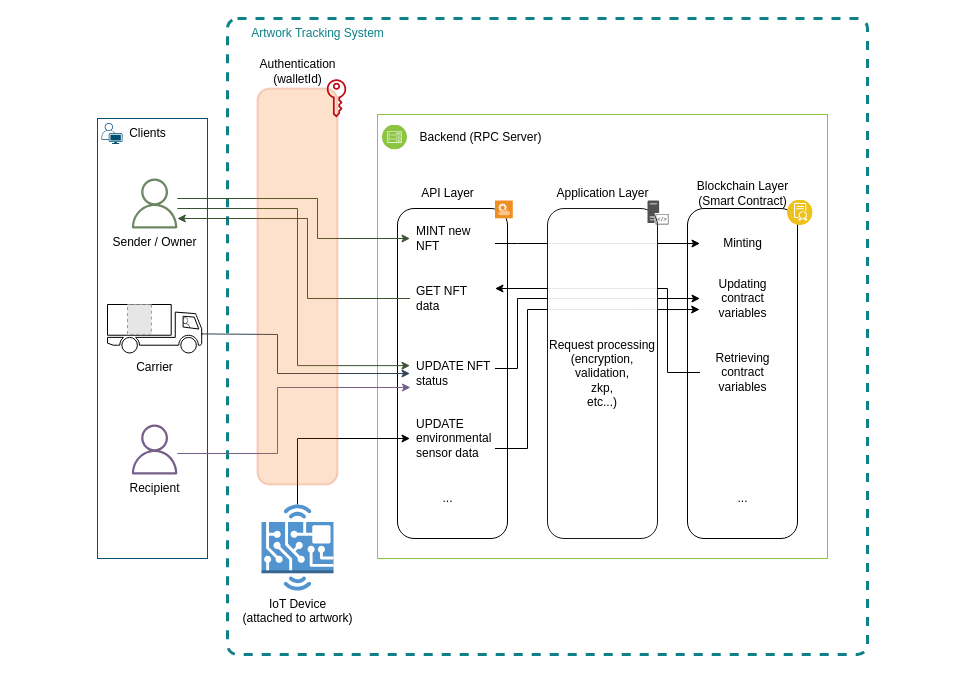
Before: diagrams/Architecture.drawio in artis-project/artis-thesis, a draw.io diagram. Source tidied: cells renumbered, new cells numbered last; positions are measured from the earlier drawing's top-left corner, leaving out a move shared by most shapes. Both pictures are drawn from the tidied source at 100%, with x=0, y=0 at pixel (97, 18). Pictures stored in the file or linked from it are replaced by grey dashed boxes.
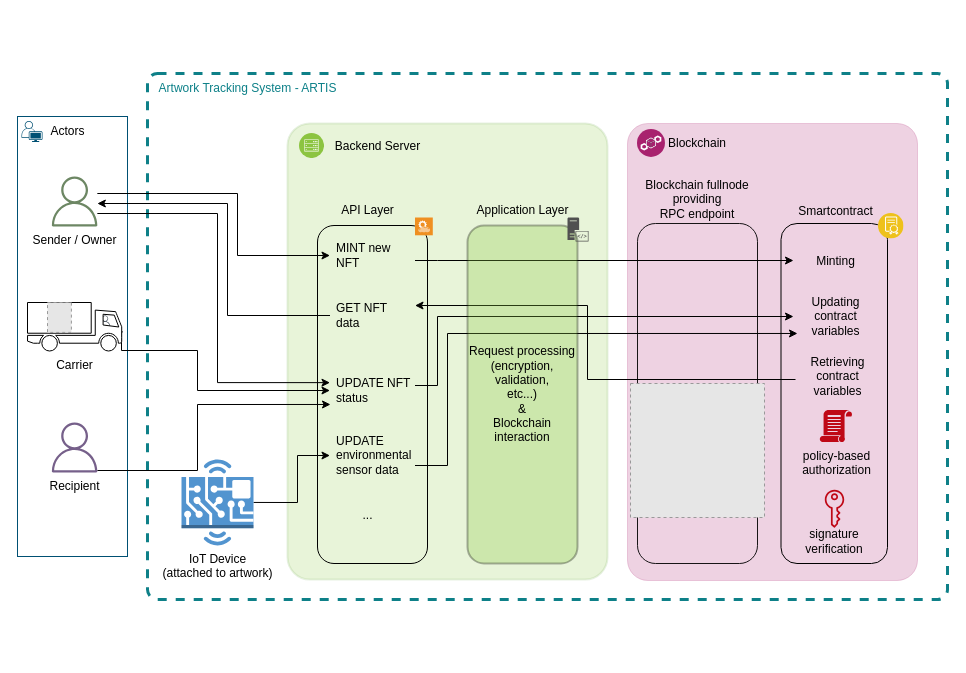
The same page after the edit.

Unchanged cells that the change refers to:
```xml
<mxCell id="46" value="Carrier" style="shape=mxgraph.signs.transportation.truck_1;html=1;fillColor=default;strokeColor=default;verticalLabelPosition=bottom;verticalAlign=top;align=center;strokeWidth=1;shadow=0;flipH=1;" parent="44" vertex="1">
  <mxGeometry width="94.2" height="48.5" as="geometry" />
</mxCell>
```

What changed in the source:
```diff
@@
     <mxCell id="2" style="html=1;align=center;verticalAlign=top;rounded=1;absoluteArcSize=1;arcSize=20;dashed=1;whiteSpace=wrap;fillColor=none;strokeColor=#0e8088;strokeWidth=3;" parent="1" vertex="1">
-      <mxGeometry x="130" width="640" height="636" as="geometry" />
+      <mxGeometry x="50" y="55" width="800" height="526" as="geometry" />
     </mxCell>
+    <mxCell id="48" style="rounded=1;whiteSpace=wrap;html=1;fillColor=#a8226e;strokeColor=#a8226e;opacity=20;arcSize=7;" parent="1" vertex="1">
+      <mxGeometry x="530" y="105" width="290" height="457" as="geometry" />
+    </mxCell>
-    <mxCell id="3" style="rounded=0;whiteSpace=wrap;html=1;fillColor=none;strokeColor=#8dc542;" parent="1" vertex="1">
-      <mxGeometry x="280" y="96" width="450" height="444" as="geometry" />
+    <mxCell id="3" style="rounded=1;whiteSpace=wrap;html=1;fillColor=#8dc542;strokeColor=#82b366;opacity=20;arcSize=7;strokeWidth=2;" parent="1" vertex="1">
+      <mxGeometry x="190" y="105" width="320" height="456" as="geometry" />
     </mxCell>
     <mxCell id="4" style="edgeStyle=orthogonalEdgeStyle;rounded=0;jettySize=auto;html=1;" parent="1" edge="1" source="37" target="17">
       <mxGeometry relative="1" as="geometry">
         <Array as="points">
-          <mxPoint x="570" y="354" />
-          <mxPoint x="570" y="270" />
+          <mxPoint x="490" y="361" />
+          <mxPoint x="490" y="287" />
         </Array>
       </mxGeometry>
     </mxCell>
     <mxCell id="5" style="rounded=0;whiteSpace=wrap;html=1;fillColor=none;strokeColor=#005073;" parent="1" vertex="1">
-      <mxGeometry y="100" width="110" height="440" as="geometry" />
+      <mxGeometry x="-80" y="98" width="110" height="440" as="geometry" />
     </mxCell>
-    <mxCell id="6" value="Clients" style="text;html=1;align=center;verticalAlign=middle;strokeColor=none;fillColor=none;" parent="1" vertex="1">
-      <mxGeometry x="20" y="100" width="60" height="30" as="geometry" />
+    <mxCell id="6" value="Actors" style="text;html=1;align=center;verticalAlign=middle;strokeColor=none;fillColor=none;" parent="1" vertex="1">
+      <mxGeometry x="-60" y="98" width="60" height="30" as="geometry" />
     </mxCell>
-    <mxCell id="7" style="edgeStyle=orthogonalEdgeStyle;rounded=0;jettySize=auto;html=1;entryX=0;entryY=0.5;entryDx=0;entryDy=0;exitX=0.5;exitY=0;exitDx=0;exitDy=0;exitPerimeter=0;" parent="1" edge="1" source="27" target="12">
+    <mxCell id="7" style="edgeStyle=orthogonalEdgeStyle;rounded=0;jettySize=auto;html=1;entryX=0;entryY=0.5;entryDx=0;entryDy=0;exitX=1;exitY=0.5;exitDx=0;exitDy=0;exitPerimeter=0;" parent="1" edge="1" source="27" target="12">
       <mxGeometry relative="1" as="geometry">
         <Array as="points">
-          <mxPoint x="200" y="420" />
+          <mxPoint x="200" y="484" />
+          <mxPoint x="200" y="437" />
         </Array>
       </mxGeometry>
     </mxCell>
-    <mxCell id="8" value="Blockchain Layer&lt;br&gt;(Smart Contract)" style="text;html=1;align=center;verticalAlign=middle;strokeColor=none;fillColor=none;" parent="1" vertex="1">
-      <mxGeometry x="590" y="155" width="110" height="40" as="geometry" />
+    <mxCell id="8" value="Smartcontract" style="text;html=1;align=center;verticalAlign=middle;strokeColor=none;fillColor=none;" parent="1" vertex="1">
+      <mxGeometry x="687.8" y="178" width="100" height="30" as="geometry" />
     </mxCell>
     <mxCell id="9" value="API Layer" style="text;html=1;align=center;verticalAlign=middle;strokeColor=none;fillColor=none;" parent="1" vertex="1">
-      <mxGeometry x="310" y="160" width="80" height="30" as="geometry" />
+      <mxGeometry x="230" y="177" width="80" height="30" as="geometry" />
     </mxCell>
     <mxCell id="10" style="rounded=1;whiteSpace=wrap;html=1;fillColor=none;" parent="1" vertex="1">
-      <mxGeometry x="300" y="190" width="110" height="330" as="geometry" />
+      <mxGeometry x="220" y="207" width="110" height="338" as="geometry" />
     </mxCell>
-    <mxCell id="11" style="edgeStyle=orthogonalEdgeStyle;rounded=0;jettySize=auto;html=1;entryX=-0.004;entryY=0.684;entryDx=0;entryDy=0;entryPerimeter=0;" parent="1" edge="1" source="12" target="25">
+    <mxCell id="11" style="edgeStyle=orthogonalEdgeStyle;rounded=0;jettySize=auto;html=1;entryX=0.047;entryY=0.783;entryDx=0;entryDy=0;entryPerimeter=0;" parent="1" edge="1" source="12" target="25">
       <mxGeometry relative="1" as="geometry">
         <Array as="points">
-          <mxPoint x="430" y="430" />
-          <mxPoint x="430" y="291" />
+          <mxPoint x="350" y="447" />
+          <mxPoint x="350" y="315" />
         </Array>
       </mxGeometry>
     </mxCell>
     <mxCell id="12" value="UPDATE environmental sensor data" style="text;strokeColor=none;fillColor=none;align=left;verticalAlign=middle;spacingLeft=4;spacingRight=4;overflow=hidden;points=[[0,0.5],[1,0.5]];portConstraint=eastwest;whiteSpace=wrap;html=1;" parent="1" vertex="1">
-      <mxGeometry x="312.5" y="390" width="85" height="60" as="geometry" />
+      <mxGeometry x="232.5" y="407" width="85" height="60" as="geometry" />
     </mxCell>
     <mxCell id="13" style="edgeStyle=orthogonalEdgeStyle;rounded=0;jettySize=auto;html=1;" parent="1" edge="1" source="14" target="24">
       <mxGeometry relative="1" as="geometry">
         <Array as="points">
-          <mxPoint x="420" y="225" />
-          <mxPoint x="420" y="225" />
+          <mxPoint x="340" y="242" />
+          <mxPoint x="340" y="242" />
         </Array>
       </mxGeometry>
     </mxCell>
     <mxCell id="14" value="MINT new NFT" style="text;strokeColor=none;fillColor=none;align=left;verticalAlign=middle;spacingLeft=4;spacingRight=4;overflow=hidden;points=[[0,0.5],[1,0.5]];portConstraint=eastwest;whiteSpace=wrap;html=1;" parent="1" vertex="1">
-      <mxGeometry x="312.5" y="190" width="85" height="60" as="geometry" />
+      <mxGeometry x="232.5" y="207" width="85" height="60" as="geometry" />
     </mxCell>
     <mxCell id="15" style="edgeStyle=orthogonalEdgeStyle;rounded=0;jettySize=auto;html=1;entryX=0;entryY=0.5;entryDx=0;entryDy=0;" parent="1" edge="1" source="16" target="25">
       <mxGeometry relative="1" as="geometry">
         <Array as="points">
-          <mxPoint x="420" y="350" />
-          <mxPoint x="420" y="280" />
+          <mxPoint x="340" y="367" />
+          <mxPoint x="340" y="298" />
         </Array>
       </mxGeometry>
     </mxCell>
     <mxCell id="16" value="UPDATE NFT status" style="text;strokeColor=none;fillColor=none;align=left;verticalAlign=middle;spacingLeft=4;spacingRight=4;overflow=hidden;points=[[0,0.5],[1,0.5]];portConstraint=eastwest;whiteSpace=wrap;html=1;" parent="1" vertex="1">
-      <mxGeometry x="312.5" y="325" width="85" height="60" as="geometry" />
+      <mxGeometry x="232.5" y="342" width="85" height="60" as="geometry" />
     </mxCell>
     <mxCell id="17" value="GET NFT data" style="text;strokeColor=none;fillColor=none;align=left;verticalAlign=middle;spacingLeft=4;spacingRight=4;overflow=hidden;points=[[0,0.5],[1,0.5]];portConstraint=eastwest;whiteSpace=wrap;html=1;" parent="1" vertex="1">
-      <mxGeometry x="312.5" y="250" width="85" height="60" as="geometry" />
+      <mxGeometry x="232.5" y="267" width="85" height="60" as="geometry" />
     </mxCell>
-    <mxCell id="18" style="edgeStyle=orthogonalEdgeStyle;rounded=0;jettySize=auto;html=1;entryX=0;entryY=0.5;entryDx=0;entryDy=0;fillColor=#6d8764;strokeColor=#3A5431;" parent="1" edge="1" source="21" target="14">
+    <mxCell id="18" style="edgeStyle=orthogonalEdgeStyle;rounded=0;jettySize=auto;html=1;entryX=0;entryY=0.5;entryDx=0;entryDy=0;fillColor=#6d8764;strokeColor=#000000;" parent="1" edge="1" source="21" target="14">
       <mxGeometry relative="1" as="geometry">
         <Array as="points">
-          <mxPoint x="220" y="180" />
-          <mxPoint x="220" y="220" />
+          <mxPoint x="140" y="175" />
+          <mxPoint x="140" y="237" />
         </Array>
       </mxGeometry>
     </mxCell>
-    <mxCell id="19" style="edgeStyle=orthogonalEdgeStyle;rounded=0;jettySize=auto;html=1;entryX=0;entryY=0.369;entryDx=0;entryDy=0;fillColor=#6d8764;strokeColor=#3A5431;entryPerimeter=0;" parent="1" edge="1" source="21" target="16">
+    <mxCell id="19" style="edgeStyle=orthogonalEdgeStyle;rounded=0;jettySize=auto;html=1;entryX=0;entryY=0.369;entryDx=0;entryDy=0;fillColor=#6d8764;strokeColor=#000000;entryPerimeter=0;" parent="1" edge="1" source="21" target="16">
       <mxGeometry relative="1" as="geometry">
         <Array as="points">
-          <mxPoint x="200" y="190" />
-          <mxPoint x="200" y="347" />
+          <mxPoint x="120" y="195" />
+          <mxPoint x="120" y="364" />
         </Array>
       </mxGeometry>
     </mxCell>
-    <mxCell id="20" style="edgeStyle=orthogonalEdgeStyle;rounded=0;jettySize=auto;html=1;entryX=0;entryY=0.5;entryDx=0;entryDy=0;fillColor=#6d8764;strokeColor=#3A5431;startArrow=classic;startFill=1;endArrow=none;endFill=0;" parent="1" edge="1" source="21" target="17">
+    <mxCell id="20" style="edgeStyle=orthogonalEdgeStyle;rounded=0;jettySize=auto;html=1;entryX=0;entryY=0.5;entryDx=0;entryDy=0;fillColor=#6d8764;strokeColor=#000000;startArrow=classic;startFill=1;endArrow=none;endFill=0;" parent="1" edge="1" source="21" target="17">
       <mxGeometry relative="1" as="geometry">
         <Array as="points">
-          <mxPoint x="210" y="200" />
-          <mxPoint x="210" y="280" />
+          <mxPoint x="130" y="185" />
+          <mxPoint x="130" y="297" />
         </Array>
       </mxGeometry>
     </mxCell>
     <mxCell id="21" value="&lt;font color=&quot;#000000&quot;&gt;Sender / Owner&lt;/font&gt;" style="sketch=0;outlineConnect=0;fillColor=#6d8764;strokeColor=#3A5431;dashed=0;verticalLabelPosition=bottom;verticalAlign=top;align=center;html=1;fontSize=12;fontStyle=0;shape=mxgraph.aws4.user;fontColor=#ffffff;" parent="1" vertex="1">
-      <mxGeometry x="32.1" y="160" width="50" height="50" as="geometry" />
+      <mxGeometry x="-47.9" y="158" width="50" height="50" as="geometry" />
     </mxCell>
-    <mxCell id="22" style="edgeStyle=orthogonalEdgeStyle;rounded=0;jettySize=auto;html=1;fillColor=#647687;strokeColor=#314354;exitX=-0.012;exitY=0.606;exitDx=0;exitDy=0;exitPerimeter=0;" parent="1" edge="1" source="46" target="16">
+    <mxCell id="22" style="edgeStyle=orthogonalEdgeStyle;rounded=0;jettySize=auto;html=1;fillColor=#647687;strokeColor=#000000;exitX=-0.012;exitY=0.606;exitDx=0;exitDy=0;exitPerimeter=0;" parent="1" edge="1" source="46" target="16">
       <mxGeometry relative="1" as="geometry">
         <Array as="points">
-          <mxPoint x="104" y="315" />
-          <mxPoint x="180" y="316" />
-          <mxPoint x="180" y="355" />
+          <mxPoint x="24" y="332" />
+          <mxPoint x="100" y="333" />
+          <mxPoint x="100" y="372" />
         </Array>
       </mxGeometry>
     </mxCell>
     <mxCell id="23" style="rounded=1;whiteSpace=wrap;html=1;fillColor=none;" parent="1" vertex="1">
-      <mxGeometry x="590" y="190" width="110" height="330" as="geometry" />
+      <mxGeometry x="683.5" y="205" width="106.5" height="340" as="geometry" />
     </mxCell>
     <mxCell id="24" value="Minting" style="text;strokeColor=none;fillColor=none;align=center;verticalAlign=middle;spacingLeft=4;spacingRight=4;overflow=hidden;points=[[0,0.5],[1,0.5]];portConstraint=eastwest;whiteSpace=wrap;html=1;" parent="1" vertex="1">
-      <mxGeometry x="602.5" y="195" width="85" height="60" as="geometry" />
+      <mxGeometry x="696" y="213" width="85" height="60" as="geometry" />
     </mxCell>
     <mxCell id="25" value="Updating contract variables" style="text;strokeColor=none;fillColor=none;align=center;verticalAlign=middle;spacingLeft=4;spacingRight=4;overflow=hidden;points=[[0,0.5],[1,0.5]];portConstraint=eastwest;whiteSpace=wrap;html=1;" parent="1" vertex="1">
-      <mxGeometry x="602.5" y="250" width="85" height="60" as="geometry" />
+      <mxGeometry x="696" y="268" width="85" height="60" as="geometry" />
     </mxCell>
-    <mxCell id="26" value="..." style="text;strokeColor=none;fillColor=none;align=center;verticalAlign=middle;spacingLeft=4;spacingRight=4;overflow=hidden;whiteSpace=wrap;html=1;" parent="1" vertex="1">
-      <mxGeometry x="602.5" y="450" width="85" height="60" as="geometry" />
-    </mxCell>
     <mxCell id="27" value="IoT Device&lt;br&gt;(attached to artwork)" style="outlineConnect=0;dashed=0;verticalLabelPosition=bottom;verticalAlign=top;align=center;html=1;shape=mxgraph.aws3.hardware_board;fillColor=#5294CF;gradientColor=none;labelPosition=center;" parent="1" vertex="1">
-      <mxGeometry x="164" y="486" width="72" height="86.1" as="geometry" />
+      <mxGeometry x="84" y="440.9" width="72" height="86.1" as="geometry" />
     </mxCell>
-    <mxCell id="28" style="edgeStyle=orthogonalEdgeStyle;rounded=0;jettySize=auto;html=1;entryX=0.006;entryY=0.733;entryDx=0;entryDy=0;entryPerimeter=0;strokeColor=#75608a;" parent="1" edge="1" source="29" target="16">
+    <mxCell id="28" style="edgeStyle=orthogonalEdgeStyle;rounded=0;jettySize=auto;html=1;entryX=0.006;entryY=0.733;entryDx=0;entryDy=0;entryPerimeter=0;strokeColor=#000000;" parent="1" edge="1" source="29" target="16">
       <mxGeometry relative="1" as="geometry">
         <Array as="points">
-          <mxPoint x="180" y="435" />
-          <mxPoint x="180" y="369" />
+          <mxPoint x="100" y="452" />
+          <mxPoint x="100" y="386" />
         </Array>
       </mxGeometry>
     </mxCell>
     <mxCell id="29" value="&lt;font color=&quot;#000000&quot;&gt;Recipient&lt;br&gt;&lt;/font&gt;" style="sketch=0;outlineConnect=0;fontColor=#ffffff;fillColor=#76608a;strokeColor=#432D57;dashed=0;verticalLabelPosition=bottom;verticalAlign=top;align=center;html=1;fontSize=12;fontStyle=0;shape=mxgraph.aws4.user;" parent="1" vertex="1">
-      <mxGeometry x="32.1" y="406" width="50" height="50" as="geometry" />
+      <mxGeometry x="-47.9" y="404" width="50" height="50" as="geometry" />
     </mxCell>
-    <mxCell id="30" value="Backend (RPC Server)" style="text;html=1;align=center;verticalAlign=middle;strokeColor=none;fillColor=none;" parent="1" vertex="1">
-      <mxGeometry x="307.5" y="104" width="150" height="30" as="geometry" />
+    <mxCell id="30" value="Backend Server" style="text;html=1;align=center;verticalAlign=middle;strokeColor=none;fillColor=none;" parent="1" vertex="1">
+      <mxGeometry x="224.8" y="112.5" width="110" height="30" as="geometry" />
     </mxCell>
-    <mxCell id="31" style="rounded=1;whiteSpace=wrap;html=1;fillColor=#fa6800;fontColor=#000000;strokeColor=#C73500;opacity=20;strokeWidth=2;" parent="1" vertex="1">
-      <mxGeometry x="160" y="70" width="80" height="396" as="geometry" />
-    </mxCell>
-    <mxCell id="32" value="Authentication&lt;br&gt;(walletId)" style="text;html=1;align=center;verticalAlign=middle;strokeColor=none;fillColor=none;" parent="1" vertex="1">
-      <mxGeometry x="150" y="33" width="100" height="40" as="geometry" />
-    </mxCell>
-    <mxCell id="33" value="Request processing&lt;br&gt;(encryption, validation,&lt;br&gt;zkp,&lt;br&gt;etc...)" style="rounded=1;whiteSpace=wrap;html=1;fillColor=default;opacity=90;" parent="1" vertex="1">
-      <mxGeometry x="450" y="190" width="110" height="330" as="geometry" />
-    </mxCell>
     <mxCell id="34" value="Application Layer" style="text;html=1;align=center;verticalAlign=middle;strokeColor=none;fillColor=none;" parent="1" vertex="1">
-      <mxGeometry x="445" y="160" width="120" height="30" as="geometry" />
+      <mxGeometry x="365" y="177" width="120" height="30" as="geometry" />
     </mxCell>
     <mxCell id="35" value="..." style="text;strokeColor=none;fillColor=none;align=center;verticalAlign=middle;spacingLeft=4;spacingRight=4;overflow=hidden;whiteSpace=wrap;html=1;" parent="1" vertex="1">
-      <mxGeometry x="307.5" y="450" width="85" height="60" as="geometry" />
+      <mxGeometry x="227.5" y="467" width="85" height="60" as="geometry" />
     </mxCell>
-    <mxCell id="36" value="&lt;font color=&quot;#0d8088&quot;&gt;Artwork Tracking System&lt;/font&gt;" style="text;html=1;align=center;verticalAlign=middle;strokeColor=#0e8088;fillColor=#b0e3e6;opacity=0;" parent="1" vertex="1">
-      <mxGeometry x="140" width="160" height="30" as="geometry" />
+    <mxCell id="36" value="&lt;font color=&quot;#0d8088&quot;&gt;Artwork Tracking System - ARTIS&lt;/font&gt;" style="text;html=1;align=center;verticalAlign=middle;strokeColor=#0e8088;fillColor=#b0e3e6;opacity=0;" parent="1" vertex="1">
+      <mxGeometry x="50" y="55" width="200" height="30" as="geometry" />
     </mxCell>
     <mxCell id="37" value="Retrieving contract variables" style="text;strokeColor=none;fillColor=none;align=center;verticalAlign=middle;spacingLeft=4;spacingRight=4;overflow=hidden;points=[[0,0.5],[1,0.5]];portConstraint=eastwest;whiteSpace=wrap;html=1;" parent="1" vertex="1">
-      <mxGeometry x="602.5" y="324" width="85" height="60" as="geometry" />
+      <mxGeometry x="698" y="328" width="85" height="60" as="geometry" />
     </mxCell>
     <mxCell id="38" style="image;perimeter=ellipsePerimeter;html=1;align=center;shadow=0;dashed=0;fontColor=#4277BB;labelBackgroundColor=default;fontSize=12;spacingTop=3;image=img/lib/ibm/infrastructure/mobile_backend.svg;" parent="1" vertex="1">
-      <mxGeometry x="285" y="106.5" width="25" height="25" as="geometry" />
+      <mxGeometry x="202" y="115" width="25" height="25" as="geometry" />
     </mxCell>
     <mxCell id="39" style="verticalLabelPosition=bottom;sketch=0;html=1;verticalAlign=top;align=center;shape=mxgraph.cisco19.user;fillColor=#005073;strokeColor=none;" parent="1" vertex="1">
-      <mxGeometry x="4" y="104.5" width="21" height="21" as="geometry" />
+      <mxGeometry x="-76" y="102.5" width="21" height="21" as="geometry" />
     </mxCell>
     <mxCell id="40" style="image;perimeter=ellipsePerimeter;html=1;align=center;shadow=0;dashed=0;fontColor=#4277BB;labelBackgroundColor=default;fontSize=12;spacingTop=3;image=img/lib/ibm/blockchain/smart_contract.svg;" parent="1" vertex="1">
-      <mxGeometry x="690" y="181.5" width="25.5" height="25.5" as="geometry" />
+      <mxGeometry x="781" y="195.1" width="25.5" height="25.5" as="geometry" />
     </mxCell>
-    <mxCell id="41" style="sketch=0;shadow=0;dashed=0;html=1;strokeColor=none;fillColor=#505050;labelPosition=center;verticalLabelPosition=bottom;verticalAlign=top;align=center;shape=mxgraph.office.servers.server_side_code;" parent="1" vertex="1">
-      <mxGeometry x="550" y="182" width="21" height="24" as="geometry" />
-    </mxCell>
     <mxCell id="42" style="shadow=0;dashed=0;html=1;strokeColor=none;fillColor=#EF8F21;labelPosition=center;verticalLabelPosition=bottom;verticalAlign=top;align=center;shape=mxgraph.veeam.2d.restful_apis;" parent="1" vertex="1">
-      <mxGeometry x="397.5" y="182" width="17.8" height="17.8" as="geometry" />
+      <mxGeometry x="317.5" y="199" width="17.8" height="17.8" as="geometry" />
     </mxCell>
-    <mxCell id="43" style="sketch=0;fontColor=#232F3E;gradientColor=none;fillColor=#BF0816;strokeColor=none;dashed=0;verticalLabelPosition=bottom;verticalAlign=top;align=center;html=1;fontSize=12;fontStyle=0;shape=mxgraph.aws4.addon;rotation=90;" parent="1" vertex="1">
-      <mxGeometry x="220" y="70" width="38" height="19.5" as="geometry" />
+    <mxCell id="43" style="sketch=0;fontColor=#232F3E;gradientColor=none;fillColor=#BF0816;strokeColor=none;dashed=0;verticalLabelPosition=middle;verticalAlign=middle;align=right;html=1;fontSize=12;fontStyle=0;shape=mxgraph.aws4.addon;rotation=90;labelPosition=left;direction=east;" parent="1" vertex="1">
+      <mxGeometry x="718" y="480.5" width="38" height="19.5" as="geometry" />
     </mxCell>
     <mxCell id="44" style="group;fillColor=none;strokeColor=none;" parent="1" vertex="1">
-      <mxGeometry x="10" y="286" width="94.2" height="48.5" as="geometry" />
+      <mxGeometry x="-70" y="284" width="94.2" height="48.5" as="geometry" />
     </mxCell>
@@
+    <mxCell id="49" value="policy-based&lt;br&gt;authorization" style="sketch=0;shadow=0;dashed=0;html=1;strokeColor=none;labelPosition=center;verticalLabelPosition=bottom;verticalAlign=top;align=center;fillColor=#BF0816;shape=mxgraph.mscae.intune.policy;" parent="1" vertex="1">
+      <mxGeometry x="722.3" y="391.6" width="32.4" height="32.4" as="geometry" />
+    </mxCell>
+    <mxCell id="50" value="signature&lt;br&gt;verification" style="text;html=1;strokeColor=none;fillColor=none;align=center;verticalAlign=middle;whiteSpace=wrap;rounded=0;" parent="1" vertex="1">
+      <mxGeometry x="707" y="508" width="60" height="30" as="geometry" />
+    </mxCell>
+    <mxCell id="51" style="image;perimeter=ellipsePerimeter;html=1;align=center;shadow=0;dashed=0;fontColor=#4277BB;labelBackgroundColor=default;fontSize=12;spacingTop=3;image=img/lib/ibm/blockchain/blockchain.svg;" parent="1" vertex="1">
+      <mxGeometry x="540" y="111" width="28" height="28" as="geometry" />
+    </mxCell>
+    <mxCell id="52" value="Blockchain" style="text;html=1;strokeColor=none;fillColor=none;align=center;verticalAlign=middle;whiteSpace=wrap;rounded=0;" parent="1" vertex="1">
+      <mxGeometry x="570" y="110" width="60" height="30" as="geometry" />
+    </mxCell>
+    <mxCell id="33" value="Request processing&lt;br&gt;(encryption, validation,&lt;br&gt;etc...)&lt;br&gt;&amp;amp;&lt;br&gt;Blockchain interaction" style="rounded=1;whiteSpace=wrap;html=1;fillColor=#8dc542;opacity=30;strokeWidth=2;" parent="1" vertex="1">
+      <mxGeometry x="370" y="207" width="110" height="338" as="geometry" />
+    </mxCell>
+    <mxCell id="41" style="sketch=0;shadow=0;dashed=0;html=1;strokeColor=none;fillColor=#505050;labelPosition=center;verticalLabelPosition=bottom;verticalAlign=top;align=center;shape=mxgraph.office.servers.server_side_code;" parent="1" vertex="1">
+      <mxGeometry x="470" y="199" width="21" height="24" as="geometry" />
+    </mxCell>
+    <mxCell id="53" value="Blockchain fullnode&lt;br style=&quot;border-color: var(--border-color); padding: 0px; margin: 0px;&quot;&gt;&lt;span style=&quot;&quot;&gt;providing&lt;/span&gt;&lt;br style=&quot;border-color: var(--border-color); padding: 0px; margin: 0px;&quot;&gt;&lt;span style=&quot;&quot;&gt;RPC endpoint&lt;/span&gt;" style="rounded=1;whiteSpace=wrap;html=1;labelPosition=center;verticalLabelPosition=top;align=center;verticalAlign=bottom;fillColor=none;opacity=90;strokeWidth=1;" parent="1" vertex="1">
+      <mxGeometry x="540" y="205" width="120" height="340" as="geometry" />
+    </mxCell>
+    <mxCell id="54" style="fillColor=#E6E6E6;strokeColor=#999999;dashed=1;verticalLabelPosition=bottom;labelBackgroundColor=none;verticalAlign=top;" parent="1" vertex="1">
+      <mxGeometry x="533" y="365" width="134" height="134" as="geometry" />
+    </mxCell>
```
